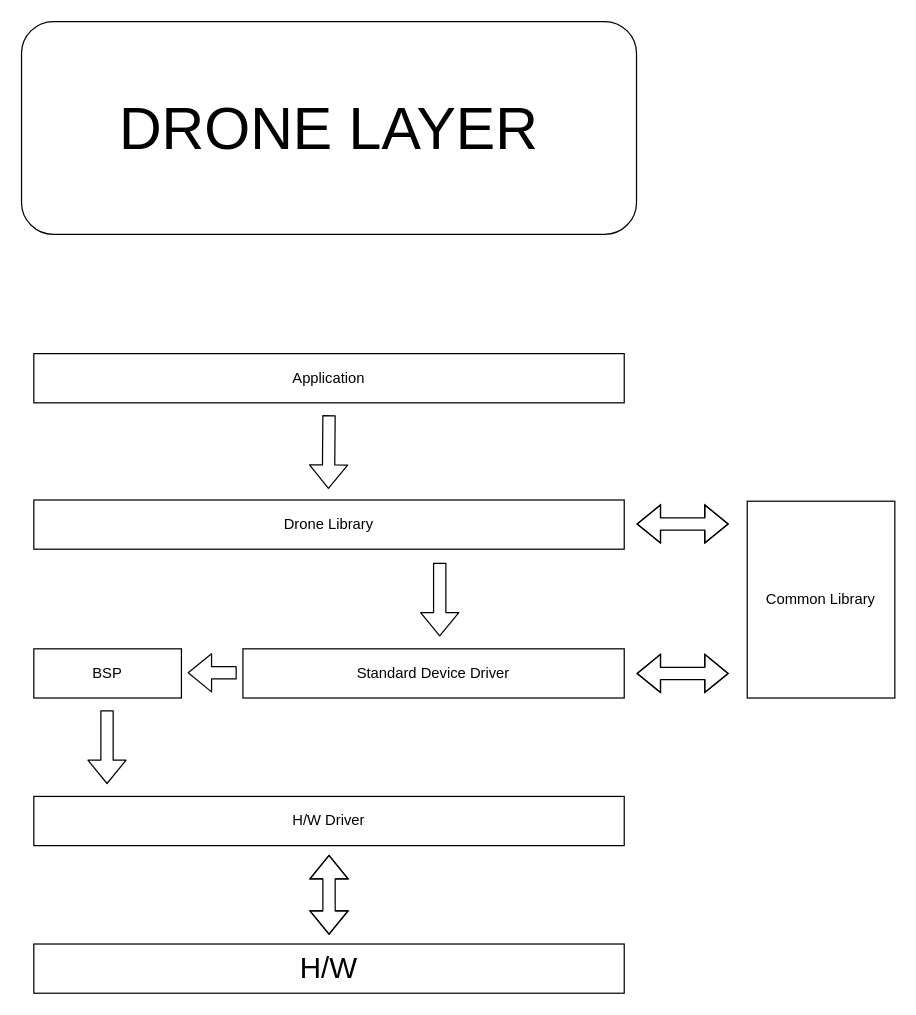
The draw.io diagram Drone Layer.drawio in isaiahIM/drone, before the edit. Source tidied: cells renumbered, new cells numbered last; positions are measured from the earlier drawing's top-left corner, leaving out a move shared by most shapes. Both pictures are drawn from the tidied source at 123%, with x=0, y=0 at pixel (21, 21).
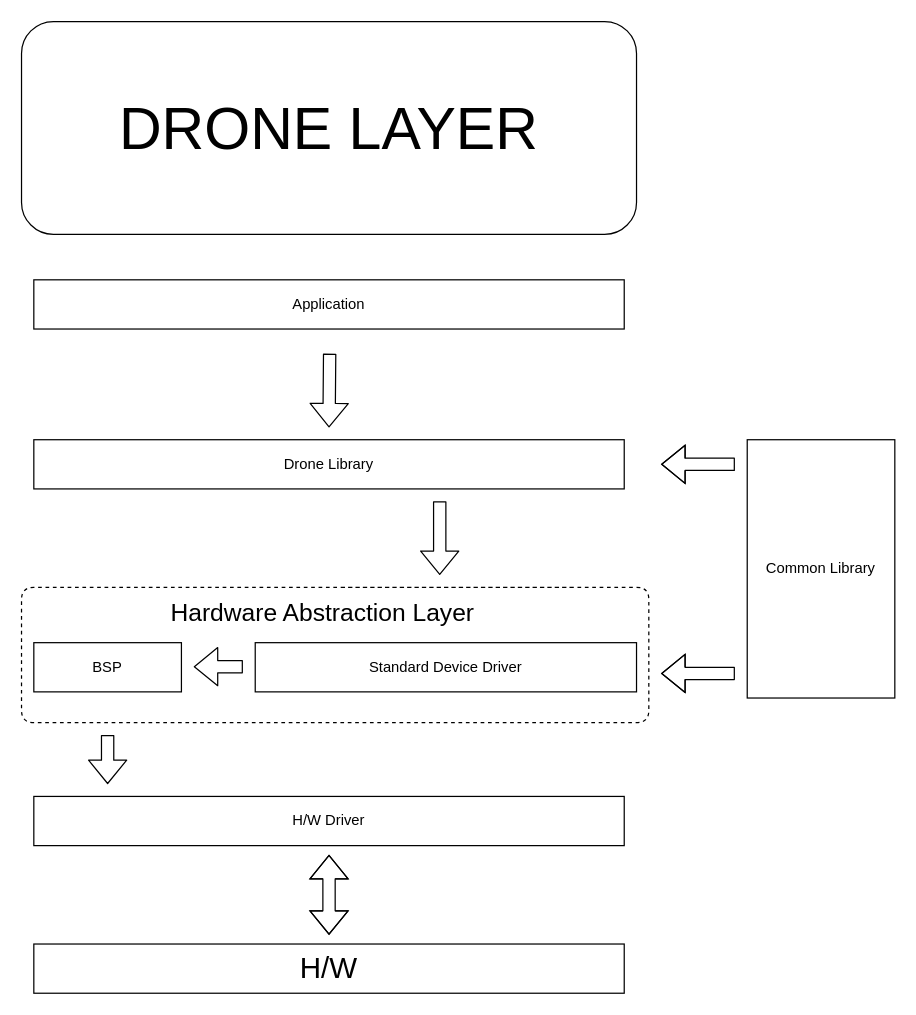
The same page after the edit.

Diff of the diagram source:
```diff
@@
     <mxCell id="4" value="Drone Library" style="rounded=0;whiteSpace=wrap;html=1;" parent="1" vertex="1">
-      <mxGeometry x="10" y="389" width="480" height="40" as="geometry" />
+      <mxGeometry x="10" y="340" width="480" height="40" as="geometry" />
     </mxCell>
     <mxCell id="5" value="BSP" style="rounded=0;whiteSpace=wrap;html=1;" parent="1" vertex="1">
-      <mxGeometry x="10" y="510" width="120" height="40" as="geometry" />
+      <mxGeometry x="10" y="505" width="120" height="40" as="geometry" />
     </mxCell>
@@
     <mxCell id="7" style="shape=flexArrow;endArrow=classic;html=1;" parent="1" edge="1">
       <mxGeometry relative="1" as="geometry">
-        <mxPoint x="69.5" y="560" as="sourcePoint" />
-        <mxPoint x="69.5" y="620" as="targetPoint" />
+        <mxPoint x="70" y="580" as="sourcePoint" />
+        <mxPoint x="70" y="620" as="targetPoint" />
       </mxGeometry>
     </mxCell>
     <mxCell id="8" value="Standard Device Driver" style="rounded=0;whiteSpace=wrap;html=1;" parent="1" vertex="1">
-      <mxGeometry x="180" y="510" width="310" height="40" as="geometry" />
+      <mxGeometry x="190" y="505" width="310" height="40" as="geometry" />
     </mxCell>
     <mxCell id="9" style="shape=flexArrow;endArrow=classic;html=1;" parent="1" edge="1">
       <mxGeometry relative="1" as="geometry">
-        <mxPoint x="175" y="529.5" as="sourcePoint" />
-        <mxPoint x="135" y="529.5" as="targetPoint" />
+        <mxPoint x="180" y="524.5" as="sourcePoint" />
+        <mxPoint x="140" y="524.5" as="targetPoint" />
       </mxGeometry>
     </mxCell>
     <mxCell id="10" value="Common Library" style="rounded=0;whiteSpace=wrap;html=1;" parent="1" vertex="1">
-      <mxGeometry x="590" y="390" width="120" height="160" as="geometry" />
+      <mxGeometry x="590" y="340" width="120" height="210" as="geometry" />
     </mxCell>
-    <mxCell id="11" style="shape=flexArrow;endArrow=classic;startArrow=classic;html=1;" parent="1" edge="1">
-      <mxGeometry relative="1" as="geometry">
-        <mxPoint x="500" y="408.5" as="sourcePoint" />
-        <mxPoint x="575" y="408.5" as="targetPoint" />
-        <Array as="points">
-          <mxPoint x="545" y="408.5" />
-        </Array>
-      </mxGeometry>
-    </mxCell>
-    <mxCell id="12" style="shape=flexArrow;endArrow=classic;startArrow=classic;html=1;" parent="1" edge="1">
-      <mxGeometry relative="1" as="geometry">
-        <mxPoint x="500" y="530" as="sourcePoint" />
-        <mxPoint x="575" y="530" as="targetPoint" />
-        <Array as="points">
-          <mxPoint x="545" y="530" />
-        </Array>
-      </mxGeometry>
-    </mxCell>
     <mxCell id="13" value="Application" style="rounded=0;whiteSpace=wrap;html=1;" parent="1" vertex="1">
-      <mxGeometry x="10" y="270" width="480" height="40" as="geometry" />
+      <mxGeometry x="10" y="210" width="480" height="40" as="geometry" />
     </mxCell>
     <mxCell id="14" style="shape=flexArrow;endArrow=classic;html=1;" parent="1" edge="1">
       <mxGeometry relative="1" as="geometry">
-        <mxPoint x="250" y="320" as="sourcePoint" />
-        <mxPoint x="249.5" y="380" as="targetPoint" />
+        <mxPoint x="250.5" y="270" as="sourcePoint" />
+        <mxPoint x="250" y="330" as="targetPoint" />
       </mxGeometry>
     </mxCell>
@@
     <mxCell id="16" style="shape=flexArrow;endArrow=classic;html=1;" parent="1" edge="1">
       <mxGeometry relative="1" as="geometry">
-        <mxPoint x="340" y="440" as="sourcePoint" />
-        <mxPoint x="340" y="500" as="targetPoint" />
+        <mxPoint x="340" y="390" as="sourcePoint" />
+        <mxPoint x="340" y="450" as="targetPoint" />
       </mxGeometry>
     </mxCell>
+    <mxCell id="17" style="shape=flexArrow;endArrow=classic;html=1;" parent="1" edge="1">
+      <mxGeometry relative="1" as="geometry">
+        <mxPoint x="580" y="530" as="sourcePoint" />
+        <mxPoint x="520" y="530" as="targetPoint" />
+        <Array as="points">
+          <mxPoint x="560" y="530" />
+        </Array>
+      </mxGeometry>
+    </mxCell>
+    <mxCell id="18" style="shape=flexArrow;endArrow=classic;html=1;" parent="1" edge="1">
+      <mxGeometry relative="1" as="geometry">
+        <mxPoint x="580" y="360" as="sourcePoint" />
+        <mxPoint x="520" y="360" as="targetPoint" />
+        <Array as="points">
+          <mxPoint x="559" y="360" />
+        </Array>
+      </mxGeometry>
+    </mxCell>
+    <mxCell id="19" style="endArrow=none;dashed=1;html=1;" parent="1" edge="1">
+      <mxGeometry relative="1" as="geometry">
+        <mxPoint x="260" y="460" as="sourcePoint" />
+        <mxPoint x="450" y="460" as="targetPoint" />
+        <Array as="points">
+          <mxPoint x="510" y="460" />
+          <mxPoint x="510" y="570" />
+          <mxPoint y="570" />
+          <mxPoint y="460" />
+          <mxPoint x="260" y="460" />
+        </Array>
+      </mxGeometry>
+    </mxCell>
+    <mxCell id="20" value="&lt;span style=&quot;font-family: &amp;#34;apple sd gothic neo&amp;#34; , &amp;#34;arial&amp;#34; , sans-serif ; text-align: left ; background-color: rgb(255 , 255 , 255)&quot;&gt;&lt;font style=&quot;font-size: 20px&quot;&gt;Hardware Abstraction Layer&lt;/font&gt;&lt;/span&gt;" style="text;html=1;strokeColor=none;fillColor=none;align=center;verticalAlign=middle;whiteSpace=wrap;rounded=0;" parent="1" vertex="1">
+      <mxGeometry x="80" y="440" width="330" height="80" as="geometry" />
+    </mxCell>
```
